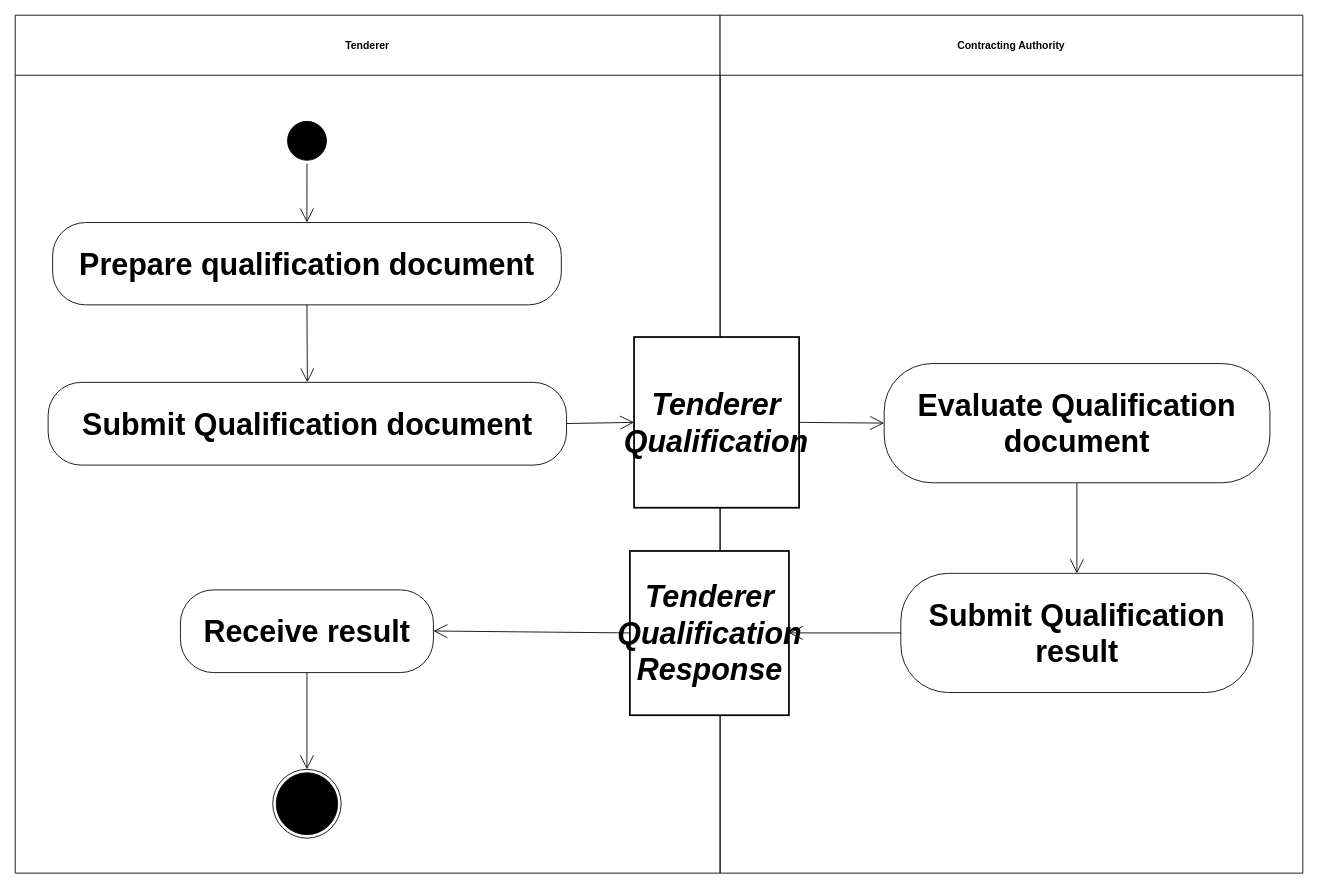
This is diagrams/UBL-2.2-Tender-QualificationInfo/UBL-2.2-Tender-QualificationInfo.drawio from kduvekot/ubl-work-on-svg-images, a draw.io file, before an edit. Source tidied: cells renumbered, new cells numbered last; positions are measured from the earlier drawing's top-left corner, leaving out a move shared by most shapes. Both pictures are drawn from the tidied source at 87%, with x=0, y=0 at pixel (15, 15).
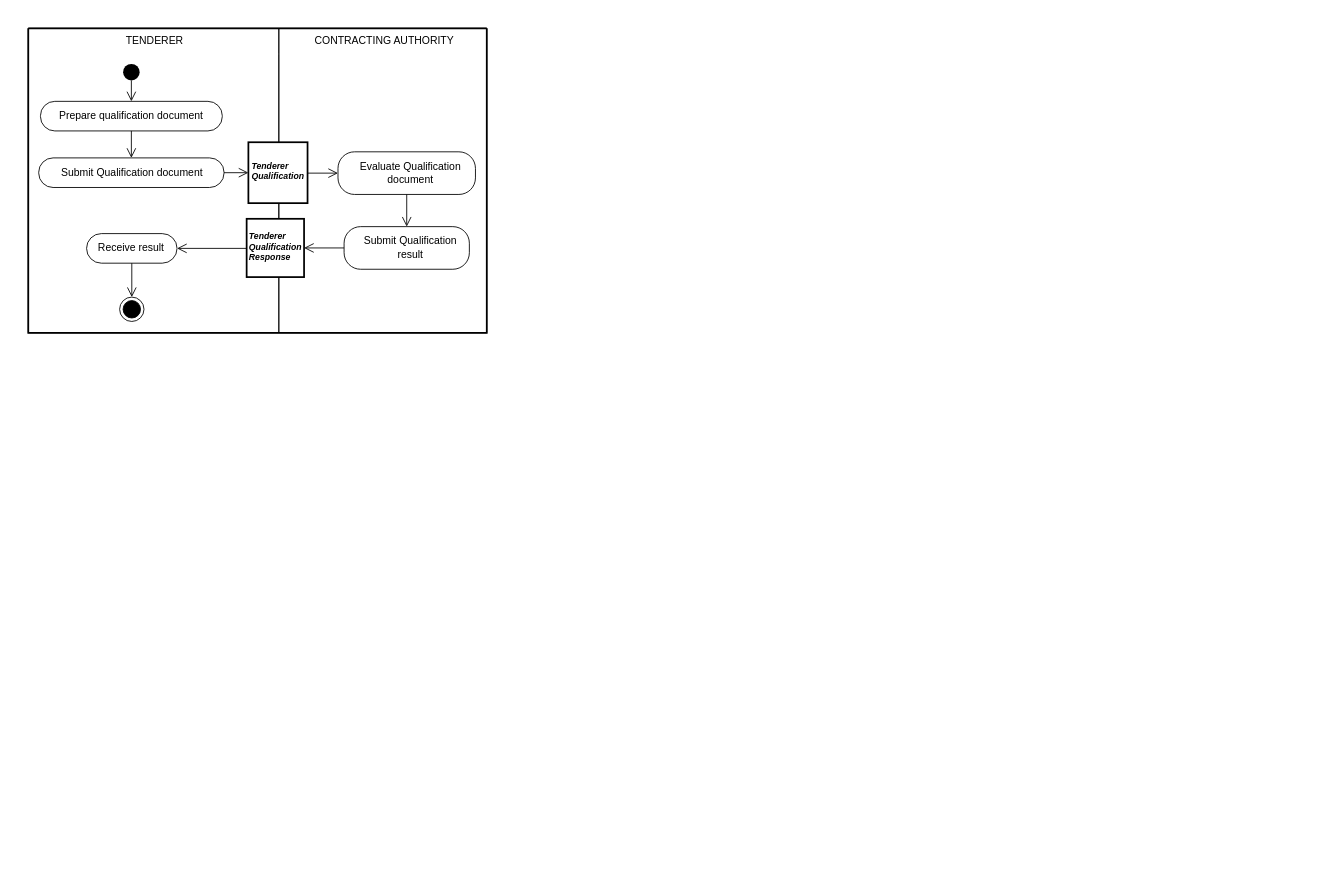
Above is the later version.

Diff of the diagram source:
```diff
@@
+    <mxCell id="21" style="swimlane;html=1;startSize=0;whiteSpace=wrap;fillColor=none;strokeWidth=2;" parent="1" vertex="1">
+      <mxGeometry x="15" y="15" width="527" height="350" as="geometry" />
+    </mxCell>
-    <mxCell id="2" value="Tenderer" style="swimlane;whiteSpace=wrap;html=1;startSize=69;" parent="1" vertex="1">
-      <mxGeometry width="810.2" height="986.1" as="geometry" />
+    <mxCell id="2" value="TENDERER" style="swimlane;horizontal=1;startSize=30;swimlaneLine=0;html=1;fillColor=none;fontSize=12;fontStyle=0;spacing=0;spacingLeft=1;" parent="21" vertex="1">
+      <mxGeometry width="288" height="350" as="geometry" />
     </mxCell>
-    <mxCell id="3" value="Contracting Authority" style="swimlane;whiteSpace=wrap;html=1;startSize=69;" parent="1" vertex="1">
-      <mxGeometry x="810.2" width="669.8" height="986.1" as="geometry" />
+    <mxCell id="3" value="CONTRACTING AUTHORITY" style="swimlane;horizontal=1;startSize=29;swimlaneLine=0;html=1;fillColor=none;fontSize=12;fontStyle=0;spacing=0;spacingLeft=3;" parent="21" vertex="1">
+      <mxGeometry x="288" width="239" height="350" as="geometry" />
     </mxCell>
-    <mxCell id="4" style="ellipse;html=1;shape=startState;fillColor=#000000;strokeColor=#000000;fontFamily=Helvetica;fontSize=35;" parent="1" vertex="1">
-      <mxGeometry x="309" y="118" width="52.7" height="52.7" as="geometry" />
+    <mxCell id="4" style="ellipse;shape=startState;fillColor=#000000;strokeColor=none;html=1;" parent="2" vertex="1">
+      <mxGeometry x="105" y="37" width="27" height="27" as="geometry" />
     </mxCell>
-    <mxCell id="5" value="Prepare qualification document" style="rounded=1;arcSize=40;whiteSpace=wrap;html=1;fontStyle=1;fontFamily=Helvetica;fontSize=35;" parent="1" vertex="1">
-      <mxGeometry x="43" y="238.3" width="584.7" height="94.6" as="geometry" />
+    <mxCell id="5" value="Prepare qualification document" style="rounded=1;absoluteArcSize=1;arcSize=33;html=1;whiteSpace=nowrap;fontSize=12;fontStyle=0;align=center;verticalAlign=middle;spacing=0;spacingRight=2;spacingBottom=1;" parent="2" vertex="1">
+      <mxGeometry x="14" y="84" width="209" height="34" as="geometry" />
     </mxCell>
-    <mxCell id="6" value="Tenderer Qualification" style="rounded=0;whiteSpace=wrap;html=1;fontStyle=3;strokeWidth=2;fontFamily=Helvetica;fontSize=35;" parent="1" vertex="1">
-      <mxGeometry x="711.3" y="369.9" width="189.7" height="196.2" as="geometry" />
+    <mxCell id="6" value="Tenderer&lt;br&gt;Qualification" style="rounded=0;html=1;whiteSpace=nowrap;fontSize=10;fontStyle=3;align=left;verticalAlign=middle;spacing=0;spacingLeft=4;spacingBottom=4;strokeWidth=2;" parent="3" vertex="1">
+      <mxGeometry x="-35" y="131" width="68" height="70" as="geometry" />
     </mxCell>
-    <mxCell id="7" value="Evaluate Qualification document" style="rounded=1;arcSize=40;whiteSpace=wrap;html=1;fontStyle=1;fontFamily=Helvetica;fontSize=35;" parent="1" vertex="1">
-      <mxGeometry x="998.8" y="400.4" width="443.4" height="137" as="geometry" />
+    <mxCell id="7" value="Evaluate Qualification&lt;br&gt;document" style="rounded=1;absoluteArcSize=1;arcSize=38;html=1;whiteSpace=nowrap;fontSize=12;fontStyle=0;align=center;verticalAlign=middle;spacing=0;spacingLeft=7;spacingBottom=1;" parent="3" vertex="1">
+      <mxGeometry x="68" y="142" width="158" height="49" as="geometry" />
     </mxCell>
-    <mxCell id="8" value="Submit Qualification document" style="rounded=1;arcSize=40;whiteSpace=wrap;html=1;fontStyle=1;fontFamily=Helvetica;fontSize=35;" parent="1" vertex="1">
-      <mxGeometry x="37.8" y="422" width="595.9" height="95.1" as="geometry" />
+    <mxCell id="8" value="Submit Qualification document" style="rounded=1;absoluteArcSize=1;arcSize=33;html=1;whiteSpace=nowrap;fontSize=12;fontStyle=0;align=center;verticalAlign=middle;spacing=0;spacingBottom=1;" parent="2" vertex="1">
+      <mxGeometry x="12" y="149" width="213" height="34" as="geometry" />
     </mxCell>
-    <mxCell id="9" value="Tenderer Qualification Response" style="rounded=0;whiteSpace=wrap;html=1;fontStyle=3;strokeWidth=2;fontFamily=Helvetica;fontSize=35;" parent="1" vertex="1">
-      <mxGeometry x="706.5" y="615.8" width="182.8" height="188.8" as="geometry" />
+    <mxCell id="9" value="Tenderer&lt;br&gt;Qualification&lt;br&gt;Response" style="rounded=0;html=1;whiteSpace=nowrap;fontSize=10;fontStyle=3;align=left;verticalAlign=middle;spacing=0;spacingLeft=3;spacingBottom=4;strokeWidth=2;" parent="3" vertex="1">
+      <mxGeometry x="-37" y="219" width="66" height="67" as="geometry" />
     </mxCell>
-    <mxCell id="10" value="Submit Qualification result" style="rounded=1;arcSize=40;whiteSpace=wrap;html=1;fontStyle=1;fontFamily=Helvetica;fontSize=35;" parent="1" vertex="1">
-      <mxGeometry x="1017.9" y="641.5" width="404.9" height="137" as="geometry" />
+    <mxCell id="10" value="Submit Qualification&lt;br&gt;result" style="rounded=1;absoluteArcSize=1;arcSize=38;html=1;whiteSpace=nowrap;fontSize=12;fontStyle=0;align=center;verticalAlign=middle;spacing=0;spacingLeft=7;spacingBottom=1;" parent="3" vertex="1">
+      <mxGeometry x="75" y="228" width="144" height="49" as="geometry" />
     </mxCell>
-    <mxCell id="11" value="Receive result" style="rounded=1;arcSize=40;whiteSpace=wrap;html=1;fontStyle=1;fontFamily=Helvetica;fontSize=35;" parent="1" vertex="1">
-      <mxGeometry x="189.9" y="660.5" width="290.8" height="95.1" as="geometry" />
+    <mxCell id="11" value="Receive result" style="rounded=1;absoluteArcSize=1;arcSize=34;html=1;whiteSpace=nowrap;fontSize=12;fontStyle=0;align=center;verticalAlign=middle;spacing=0;spacingRight=2;spacingBottom=1;" parent="2" vertex="1">
+      <mxGeometry x="67" y="236" width="104" height="34" as="geometry" />
     </mxCell>
-    <mxCell id="12" style="ellipse;html=1;shape=endState;fillColor=#000000;strokeColor=#000000;fontFamily=Helvetica;fontSize=35;" parent="1" vertex="1">
-      <mxGeometry x="296" y="866.8" width="78.6" height="79.1" as="geometry" />
+    <mxCell id="12" style="ellipse;shape=endState;fillColor=#000000;html=1;" parent="2" vertex="1">
+      <mxGeometry x="105" y="309" width="28" height="28" as="geometry" />
     </mxCell>
-    <mxCell id="13" style="edgeStyle=none;rounded=0;html=1;endArrow=open;endFill=0;endSize=14;exitX=0.4991;exitY=1.0;entryX=0.4999;entryY=0.0;" parent="1" edge="1" source="4" target="5">
+    <mxCell id="13" style="edgeStyle=none;rounded=0;html=1;endArrow=open;endFill=0;endSize=9;exitPerimeter=0;entryX=0.5;entryY=0;entryPerimeter=0;exitX=0.5;exitY=0.8507;" parent="2" edge="1" source="4" target="5">
       <mxGeometry relative="1" as="geometry" />
     </mxCell>
-    <mxCell id="14" style="edgeStyle=none;rounded=0;html=1;endArrow=open;endFill=0;endSize=14;exitX=0.4999;exitY=1.0;entryX=0.5001;entryY=0.0;" parent="1" edge="1" source="5" target="8">
+    <mxCell id="14" style="edgeStyle=none;rounded=0;html=1;endArrow=open;endFill=0;endSize=9;exitX=0.5;exitY=1;exitPerimeter=0;entryX=0.5;entryY=0;entryPerimeter=0;" parent="2" edge="1" source="5" target="8">
       <mxGeometry relative="1" as="geometry" />
     </mxCell>
-    <mxCell id="15" style="edgeStyle=none;rounded=0;html=1;endArrow=open;endFill=0;endSize=14;exitX=1.0;exitY=0.4974;entryX=0.0;entryY=0.5;" parent="1" edge="1" source="8" target="6">
+    <mxCell id="15" style="edgeStyle=none;rounded=0;html=1;endArrow=open;endFill=0;endSize=9;exitX=1;exitY=0.5;exitPerimeter=0;entryX=0;entryY=0.5;entryPerimeter=0;" parent="21" edge="1" source="8" target="6">
       <mxGeometry relative="1" as="geometry" />
     </mxCell>
-    <mxCell id="16" style="edgeStyle=none;rounded=0;html=1;endArrow=open;endFill=0;endSize=14;exitX=1.0;exitY=0.5;entryX=0.0;entryY=0.4993;" parent="1" edge="1" source="6" target="7">
+    <mxCell id="16" style="edgeStyle=none;rounded=0;html=1;endArrow=open;endFill=0;endSize=9;exitPerimeter=0;entryX=0;entryY=0.5;entryPerimeter=0;exitX=1;exitY=0.507143;" parent="3" edge="1" source="6" target="7">
       <mxGeometry relative="1" as="geometry" />
     </mxCell>
-    <mxCell id="17" style="edgeStyle=none;rounded=0;html=1;endArrow=open;endFill=0;endSize=14;exitX=0.4995;exitY=1.0;entryX=0.4999;entryY=0.0;" parent="1" edge="1" source="7" target="10">
+    <mxCell id="17" style="edgeStyle=none;rounded=0;html=1;endArrow=open;endFill=0;endSize=9;exitX=0.5;exitY=1;exitPerimeter=0;entryX=0.5;entryY=0;entryPerimeter=0;" parent="3" edge="1" source="7" target="10">
       <mxGeometry relative="1" as="geometry" />
     </mxCell>
-    <mxCell id="18" style="edgeStyle=none;rounded=0;html=1;endArrow=open;endFill=0;endSize=14;exitX=0.0;exitY=0.4989;entryX=1.0;entryY=0.4974;" parent="1" edge="1" source="9" target="11">
+    <mxCell id="18" style="edgeStyle=none;rounded=0;html=1;endArrow=open;endFill=0;endSize=9;exitPerimeter=0;entryX=1;entryY=0.5;entryPerimeter=0;exitX=0;exitY=0.507463;" parent="21" edge="1" source="9" target="11">
       <mxGeometry relative="1" as="geometry" />
     </mxCell>
-    <mxCell id="19" style="edgeStyle=none;rounded=0;html=1;endArrow=open;endFill=0;endSize=14;exitX=0.0;exitY=0.5;entryX=1.0;entryY=0.4989;" parent="1" edge="1" source="10" target="9">
+    <mxCell id="19" style="edgeStyle=none;rounded=0;html=1;endArrow=open;endFill=0;endSize=9;exitX=0;exitY=0.5;exitPerimeter=0;entryX=1;entryY=0.5;entryPerimeter=0;" parent="3" edge="1" source="10" target="9">
       <mxGeometry relative="1" as="geometry" />
     </mxCell>
-    <mxCell id="20" style="edgeStyle=none;rounded=0;html=1;endArrow=open;endFill=0;endSize=14;exitX=0.5;exitY=1.0;entryX=0.5;entryY=0.0;" parent="1" edge="1" source="11" target="12">
+    <mxCell id="20" style="edgeStyle=none;rounded=0;html=1;endArrow=open;endFill=0;endSize=9;exitX=0.5;exitY=1;exitPerimeter=0;entryPerimeter=0;entryX=0.5;entryY=0;" parent="2" edge="1" source="11" target="12">
       <mxGeometry relative="1" as="geometry" />
     </mxCell>
```
